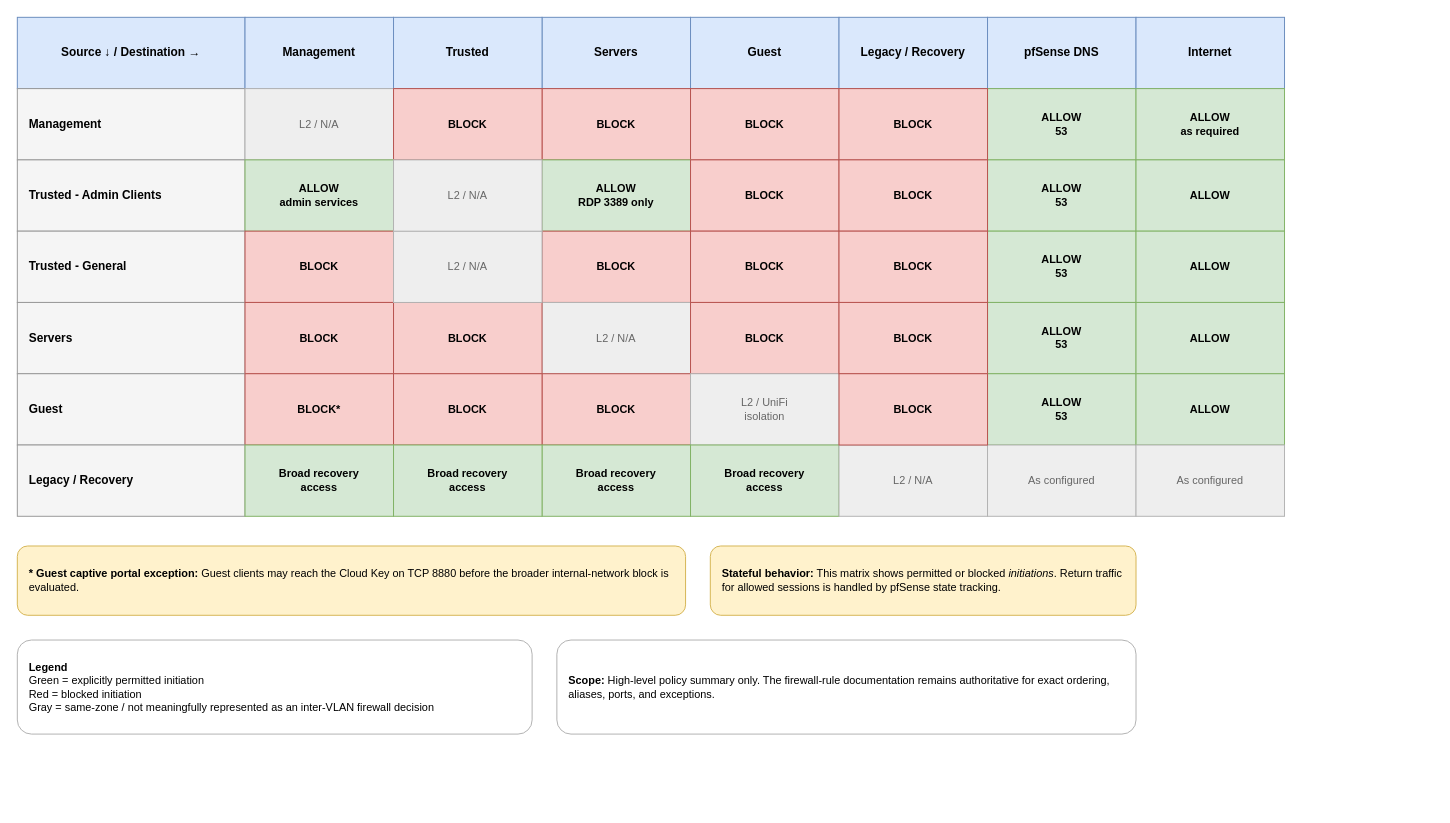
Earlier version of the draw.io diagram diagrams/security-policy-matrix.drawio (t-corliss/home-network-lab). Source tidied: cells renumbered, new cells numbered last; positions are measured from the earlier drawing's top-left corner, leaving out a move shared by most shapes. Both pictures are drawn from the tidied source at 99%, with x=0, y=0 at pixel (17, 17).
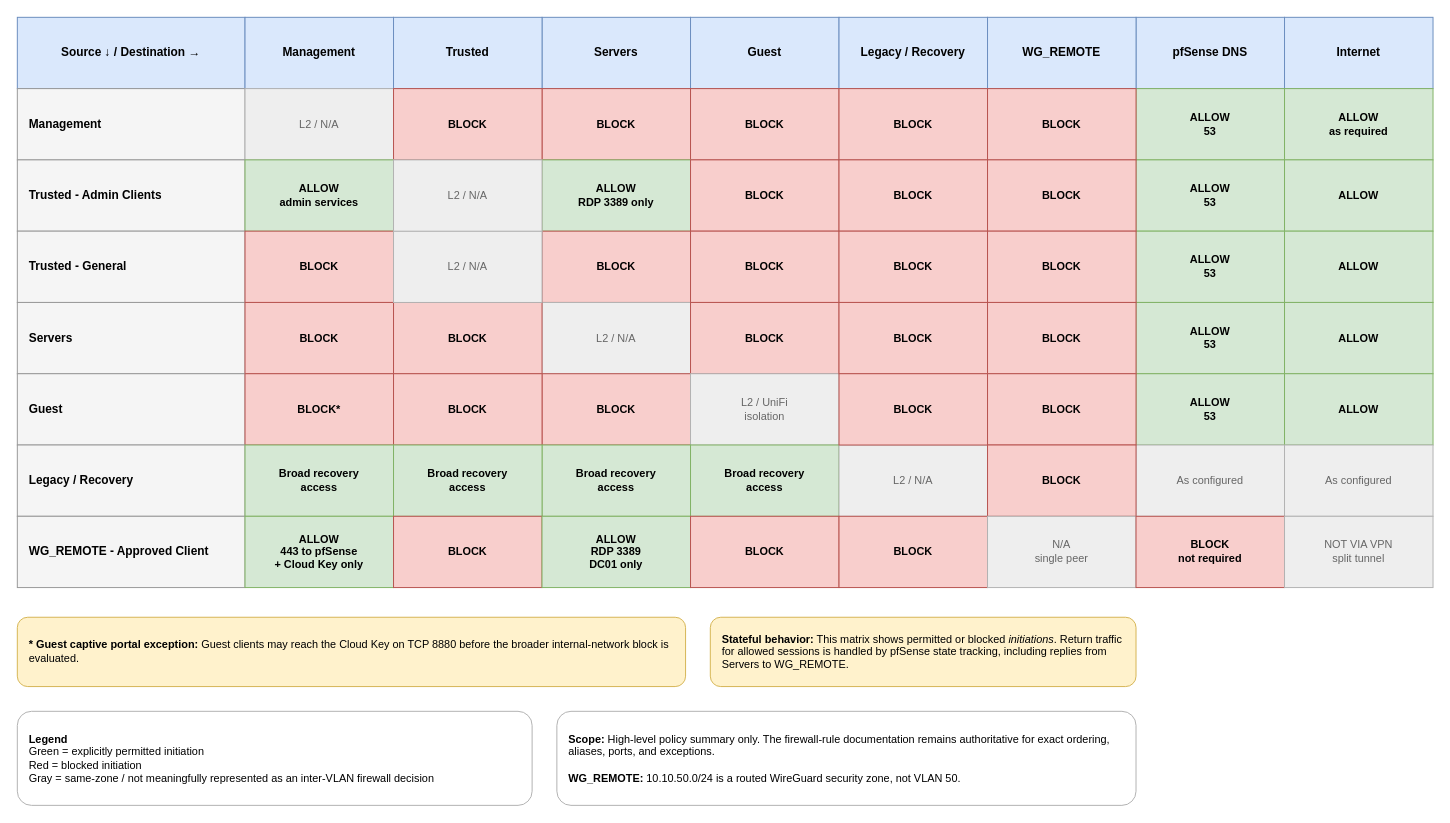
The same diagram, later.

Commit message (it also covers changes not shown here):
Update firewall matrix for wiregaurd

Diff of the diagram source:
```diff
@@
     <mxCell id="7" value="pfSense DNS" style="rounded=0;whiteSpace=wrap;html=1;align=center;verticalAlign=middle;fontSize=12;fontStyle=1;strokeWidth=1;fillColor=#dae8fc;strokeColor=#6c8ebf;" parent="1" vertex="1">
-      <mxGeometry x="980" width="150" height="72" as="geometry" />
+      <mxGeometry x="1130" width="150" height="72" as="geometry" />
     </mxCell>
@@
     <mxCell id="14" value="ALLOW&#10;53" style="rounded=0;whiteSpace=wrap;html=1;align=center;verticalAlign=middle;fontSize=11;fontStyle=1;strokeWidth=1;fillColor=#d5e8d4;strokeColor=#82b366;" parent="1" vertex="1">
-      <mxGeometry x="980" y="72" width="150" height="72" as="geometry" />
+      <mxGeometry x="1130" y="72" width="150" height="72" as="geometry" />
     </mxCell>
@@
     <mxCell id="19" value="ALLOW&#10;53" style="rounded=0;whiteSpace=wrap;html=1;align=center;verticalAlign=middle;fontSize=11;fontStyle=1;strokeWidth=1;fillColor=#d5e8d4;strokeColor=#82b366;" parent="1" vertex="1">
-      <mxGeometry x="980" y="144" width="150" height="72" as="geometry" />
+      <mxGeometry x="1130" y="144" width="150" height="72" as="geometry" />
     </mxCell>
@@
     <mxCell id="24" value="ALLOW&#10;53" style="rounded=0;whiteSpace=wrap;html=1;align=center;verticalAlign=middle;fontSize=11;fontStyle=1;strokeWidth=1;fillColor=#d5e8d4;strokeColor=#82b366;" parent="1" vertex="1">
-      <mxGeometry x="980" y="216" width="150" height="72" as="geometry" />
+      <mxGeometry x="1130" y="216" width="150" height="72" as="geometry" />
     </mxCell>
@@
     <mxCell id="30" value="ALLOW&#10;53" style="rounded=0;whiteSpace=wrap;html=1;align=center;verticalAlign=middle;fontSize=11;fontStyle=1;strokeWidth=1;fillColor=#d5e8d4;strokeColor=#82b366;" parent="1" vertex="1">
-      <mxGeometry x="980" y="288" width="150" height="72" as="geometry" />
+      <mxGeometry x="1130" y="288" width="150" height="72" as="geometry" />
     </mxCell>
@@
     <mxCell id="36" value="ALLOW&#10;53" style="rounded=0;whiteSpace=wrap;html=1;align=center;verticalAlign=middle;fontSize=11;fontStyle=1;strokeWidth=1;fillColor=#d5e8d4;strokeColor=#82b366;" parent="1" vertex="1">
-      <mxGeometry x="980" y="360" width="150" height="72" as="geometry" />
+      <mxGeometry x="1130" y="360" width="150" height="72" as="geometry" />
     </mxCell>
@@
     <mxCell id="42" value="As configured" style="rounded=0;whiteSpace=wrap;html=1;align=center;verticalAlign=middle;fontSize=11;strokeWidth=1;fillColor=#eeeeee;strokeColor=#b3b3b3;fontColor=#666666;" parent="1" vertex="1">
-      <mxGeometry x="980" y="432" width="150" height="72" as="geometry" />
+      <mxGeometry x="1130" y="432" width="150" height="72" as="geometry" />
     </mxCell>
     <mxCell id="43" value="&lt;b&gt;* Guest captive portal exception:&lt;/b&gt; Guest clients may reach the Cloud Key on TCP 8880 before the broader internal-network block is evaluated." style="rounded=1;whiteSpace=wrap;html=1;align=left;verticalAlign=middle;spacingLeft=10;fontSize=11;strokeWidth=1;fillColor=#fff2cc;strokeColor=#d6b656;" parent="1" vertex="1">
-      <mxGeometry y="534" width="675" height="70" as="geometry" />
+      <mxGeometry y="606" width="675" height="70" as="geometry" />
     </mxCell>
-    <mxCell id="44" value="&lt;b&gt;Stateful behavior:&lt;/b&gt; This matrix shows permitted or blocked &lt;i&gt;initiations&lt;/i&gt;. Return traffic for allowed sessions is handled by pfSense state tracking." style="rounded=1;whiteSpace=wrap;html=1;align=left;verticalAlign=middle;spacingLeft=10;fontSize=11;strokeWidth=1;fillColor=#fff2cc;strokeColor=#d6b656;" parent="1" vertex="1">
-      <mxGeometry x="700" y="534" width="430" height="70" as="geometry" />
+    <mxCell id="44" value="&lt;b&gt;Stateful behavior:&lt;/b&gt; This matrix shows permitted or blocked &lt;i&gt;initiations&lt;/i&gt;. Return traffic for allowed sessions is handled by pfSense state tracking, including replies from Servers to WG_REMOTE." style="rounded=1;whiteSpace=wrap;html=1;align=left;verticalAlign=middle;spacingLeft=10;fontSize=11;strokeWidth=1;fillColor=#fff2cc;strokeColor=#d6b656;" parent="1" vertex="1">
+      <mxGeometry x="700" y="606" width="430" height="70" as="geometry" />
     </mxCell>
     <mxCell id="45" value="&lt;b&gt;Legend&lt;/b&gt;&lt;br&gt;Green = explicitly permitted initiation&lt;br&gt;Red = blocked initiation&lt;br&gt;Gray = same-zone / not meaningfully represented as an inter-VLAN firewall decision" style="rounded=1;whiteSpace=wrap;html=1;align=left;verticalAlign=middle;spacingLeft=10;fontSize=11;strokeWidth=1;fillColor=#ffffff;strokeColor=#b3b3b3;" parent="1" vertex="1">
-      <mxGeometry y="629" width="520" height="95" as="geometry" />
+      <mxGeometry y="701" width="520" height="95" as="geometry" />
     </mxCell>
-    <mxCell id="46" value="&lt;b&gt;Scope:&lt;/b&gt; High-level policy summary only. The firewall-rule documentation remains authoritative for exact ordering, aliases, ports, and exceptions." style="rounded=1;whiteSpace=wrap;html=1;align=left;verticalAlign=middle;spacingLeft=10;fontSize=11;strokeWidth=1;fillColor=#ffffff;strokeColor=#b3b3b3;" parent="1" vertex="1">
-      <mxGeometry x="545" y="629" width="585" height="95" as="geometry" />
+    <mxCell id="46" value="&lt;b&gt;Scope:&lt;/b&gt; High-level policy summary only. The firewall-rule documentation remains authoritative for exact ordering, aliases, ports, and exceptions.&lt;br&gt;&lt;br&gt;&lt;b&gt;WG_REMOTE:&lt;/b&gt; 10.10.50.0/24 is a routed WireGuard security zone, not VLAN 50." style="rounded=1;whiteSpace=wrap;html=1;align=left;verticalAlign=middle;spacingLeft=10;fontSize=11;strokeWidth=1;fillColor=#ffffff;strokeColor=#b3b3b3;" parent="1" vertex="1">
+      <mxGeometry x="545" y="701" width="585" height="95" as="geometry" />
     </mxCell>
     <mxCell id="47" value="Internet" style="rounded=0;whiteSpace=wrap;html=1;align=center;verticalAlign=middle;fontSize=12;fontStyle=1;strokeWidth=1;fillColor=#dae8fc;strokeColor=#6c8ebf;" parent="1" vertex="1">
-      <mxGeometry x="1130" width="150" height="72" as="geometry" />
+      <mxGeometry x="1280" width="150" height="72" as="geometry" />
     </mxCell>
     <mxCell id="48" value="ALLOW&#10;as required" style="rounded=0;whiteSpace=wrap;html=1;align=center;verticalAlign=middle;fontSize=11;fontStyle=1;strokeWidth=1;fillColor=#d5e8d4;strokeColor=#82b366;" parent="1" vertex="1">
-      <mxGeometry x="1130" y="72" width="150" height="72" as="geometry" />
+      <mxGeometry x="1280" y="72" width="150" height="72" as="geometry" />
     </mxCell>
     <mxCell id="49" value="ALLOW" style="rounded=0;whiteSpace=wrap;html=1;align=center;verticalAlign=middle;fontSize=11;fontStyle=1;strokeWidth=1;fillColor=#d5e8d4;strokeColor=#82b366;" parent="1" vertex="1">
-      <mxGeometry x="1130" y="144" width="150" height="72" as="geometry" />
+      <mxGeometry x="1280" y="144" width="150" height="72" as="geometry" />
     </mxCell>
     <mxCell id="50" value="ALLOW" style="rounded=0;whiteSpace=wrap;html=1;align=center;verticalAlign=middle;fontSize=11;fontStyle=1;strokeWidth=1;fillColor=#d5e8d4;strokeColor=#82b366;" parent="1" vertex="1">
-      <mxGeometry x="1130" y="216" width="150" height="72" as="geometry" />
+      <mxGeometry x="1280" y="216" width="150" height="72" as="geometry" />
     </mxCell>
     <mxCell id="51" value="ALLOW" style="rounded=0;whiteSpace=wrap;html=1;align=center;verticalAlign=middle;fontSize=11;fontStyle=1;strokeWidth=1;fillColor=#d5e8d4;strokeColor=#82b366;" parent="1" vertex="1">
-      <mxGeometry x="1130" y="288" width="150" height="72" as="geometry" />
+      <mxGeometry x="1280" y="288" width="150" height="72" as="geometry" />
     </mxCell>
     <mxCell id="52" value="ALLOW" style="rounded=0;whiteSpace=wrap;html=1;align=center;verticalAlign=middle;fontSize=11;fontStyle=1;strokeWidth=1;fillColor=#d5e8d4;strokeColor=#82b366;" parent="1" vertex="1">
-      <mxGeometry x="1130" y="360" width="150" height="72" as="geometry" />
+      <mxGeometry x="1280" y="360" width="150" height="72" as="geometry" />
     </mxCell>
     <mxCell id="53" value="As configured" style="rounded=0;whiteSpace=wrap;html=1;align=center;verticalAlign=middle;fontSize=11;strokeWidth=1;fillColor=#eeeeee;strokeColor=#b3b3b3;fontColor=#666666;" parent="1" vertex="1">
-      <mxGeometry x="1130" y="432" width="150" height="72" as="geometry" />
+      <mxGeometry x="1280" y="432" width="150" height="72" as="geometry" />
     </mxCell>
@@
+    <mxCell id="62" value="WG_REMOTE" style="rounded=0;whiteSpace=wrap;html=1;align=center;verticalAlign=middle;fontSize=12;fontStyle=1;strokeWidth=1;fillColor=#dae8fc;strokeColor=#6c8ebf;" parent="1" vertex="1">
+      <mxGeometry x="980" width="150" height="72" as="geometry" />
+    </mxCell>
+    <mxCell id="63" value="BLOCK" style="rounded=0;whiteSpace=wrap;html=1;align=center;verticalAlign=middle;fontSize=11;fontStyle=1;strokeWidth=1;fillColor=#f8cecc;strokeColor=#b85450;" parent="1" vertex="1">
+      <mxGeometry x="980" y="72" width="150" height="72" as="geometry" />
+    </mxCell>
+    <mxCell id="64" value="BLOCK" style="rounded=0;whiteSpace=wrap;html=1;align=center;verticalAlign=middle;fontSize=11;fontStyle=1;strokeWidth=1;fillColor=#f8cecc;strokeColor=#b85450;" parent="1" vertex="1">
+      <mxGeometry x="980" y="144" width="150" height="72" as="geometry" />
+    </mxCell>
+    <mxCell id="65" value="BLOCK" style="rounded=0;whiteSpace=wrap;html=1;align=center;verticalAlign=middle;fontSize=11;fontStyle=1;strokeWidth=1;fillColor=#f8cecc;strokeColor=#b85450;" parent="1" vertex="1">
+      <mxGeometry x="980" y="216" width="150" height="72" as="geometry" />
+    </mxCell>
+    <mxCell id="66" value="BLOCK" style="rounded=0;whiteSpace=wrap;html=1;align=center;verticalAlign=middle;fontSize=11;fontStyle=1;strokeWidth=1;fillColor=#f8cecc;strokeColor=#b85450;" parent="1" vertex="1">
+      <mxGeometry x="980" y="288" width="150" height="72" as="geometry" />
+    </mxCell>
+    <mxCell id="67" value="BLOCK" style="rounded=0;whiteSpace=wrap;html=1;align=center;verticalAlign=middle;fontSize=11;fontStyle=1;strokeWidth=1;fillColor=#f8cecc;strokeColor=#b85450;" parent="1" vertex="1">
+      <mxGeometry x="980" y="360" width="150" height="72" as="geometry" />
+    </mxCell>
+    <mxCell id="68" value="BLOCK" style="rounded=0;whiteSpace=wrap;html=1;align=center;verticalAlign=middle;fontSize=11;fontStyle=1;strokeWidth=1;fillColor=#f8cecc;strokeColor=#b85450;" parent="1" vertex="1">
+      <mxGeometry x="980" y="432" width="150" height="72" as="geometry" />
+    </mxCell>
+    <mxCell id="69" value="WG_REMOTE - Approved Client" style="rounded=0;whiteSpace=wrap;html=1;align=left;verticalAlign=middle;spacingLeft=10;fontSize=12;fontStyle=1;strokeWidth=1;fillColor=#f5f5f5;strokeColor=#999999;" parent="1" vertex="1">
+      <mxGeometry y="504" width="230" height="72" as="geometry" />
+    </mxCell>
+    <mxCell id="70" value="ALLOW&#10;443 to pfSense&#10;+ Cloud Key only" style="rounded=0;whiteSpace=wrap;html=1;align=center;verticalAlign=middle;fontSize=11;fontStyle=1;strokeWidth=1;fillColor=#d5e8d4;strokeColor=#82b366;" parent="1" vertex="1">
+      <mxGeometry x="230" y="504" width="150" height="72" as="geometry" />
+    </mxCell>
+    <mxCell id="71" value="BLOCK" style="rounded=0;whiteSpace=wrap;html=1;align=center;verticalAlign=middle;fontSize=11;fontStyle=1;strokeWidth=1;fillColor=#f8cecc;strokeColor=#b85450;" parent="1" vertex="1">
+      <mxGeometry x="380" y="504" width="150" height="72" as="geometry" />
+    </mxCell>
+    <mxCell id="72" value="ALLOW&#10;RDP 3389&#10;DC01 only" style="rounded=0;whiteSpace=wrap;html=1;align=center;verticalAlign=middle;fontSize=11;fontStyle=1;strokeWidth=1;fillColor=#d5e8d4;strokeColor=#82b366;" parent="1" vertex="1">
+      <mxGeometry x="530" y="504" width="150" height="72" as="geometry" />
+    </mxCell>
+    <mxCell id="73" value="BLOCK" style="rounded=0;whiteSpace=wrap;html=1;align=center;verticalAlign=middle;fontSize=11;fontStyle=1;strokeWidth=1;fillColor=#f8cecc;strokeColor=#b85450;" parent="1" vertex="1">
+      <mxGeometry x="680" y="504" width="150" height="72" as="geometry" />
+    </mxCell>
+    <mxCell id="74" value="BLOCK" style="rounded=0;whiteSpace=wrap;html=1;align=center;verticalAlign=middle;fontSize=11;fontStyle=1;strokeWidth=1;fillColor=#f8cecc;strokeColor=#b85450;" parent="1" vertex="1">
+      <mxGeometry x="830" y="504" width="150" height="72" as="geometry" />
+    </mxCell>
+    <mxCell id="75" value="N/A&#10;single peer" style="rounded=0;whiteSpace=wrap;html=1;align=center;verticalAlign=middle;fontSize=11;strokeWidth=1;fillColor=#eeeeee;strokeColor=#b3b3b3;fontColor=#666666;" parent="1" vertex="1">
+      <mxGeometry x="980" y="504" width="150" height="72" as="geometry" />
+    </mxCell>
+    <mxCell id="76" value="BLOCK&#10;not required" style="rounded=0;whiteSpace=wrap;html=1;align=center;verticalAlign=middle;fontSize=11;fontStyle=1;strokeWidth=1;fillColor=#f8cecc;strokeColor=#b85450;" parent="1" vertex="1">
+      <mxGeometry x="1130" y="504" width="150" height="72" as="geometry" />
+    </mxCell>
+    <mxCell id="77" value="NOT VIA VPN&#10;split tunnel" style="rounded=0;whiteSpace=wrap;html=1;align=center;verticalAlign=middle;fontSize=11;strokeWidth=1;fillColor=#eeeeee;strokeColor=#b3b3b3;fontColor=#666666;" parent="1" vertex="1">
+      <mxGeometry x="1280" y="504" width="150" height="72" as="geometry" />
+    </mxCell>
```
